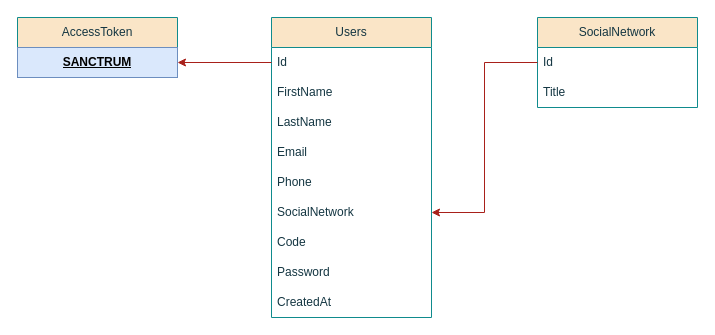
This is page "Схема базы данных" (1 of 4) of Documentation/Diagram work to application.drawio from Remote-Siberian-Hammer/BET_ASSISTANT, a draw.io file, before an edit. Source tidied: cells renumbered, new cells numbered last; positions are measured from the earlier drawing's top-left corner, leaving out a move shared by most shapes. Both pictures are drawn from the tidied source at 100%, with x=0, y=0 at pixel (17, 17).
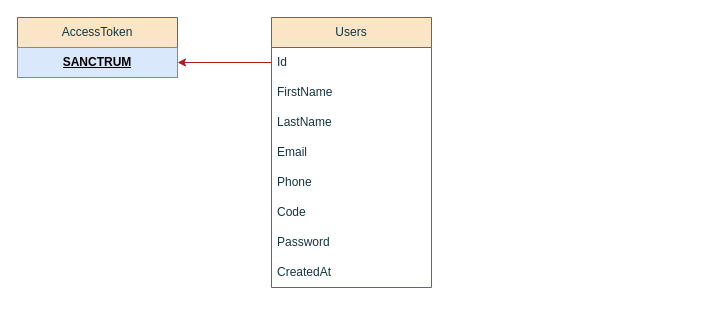
The same diagram, later.

What changed in the source:
```diff
@@
 <mxGraphModel>
   <root>
     <mxCell id="0" />
     <mxCell id="1" parent="0" />
     <mxCell id="2" value="Users" style="swimlane;fontStyle=0;horizontal=1;startSize=30;whiteSpace=wrap;html=1;labelBackgroundColor=none;fillColor=#FAE5C7;strokeColor=#0F8B8D;fontColor=#143642;" parent="1" vertex="1">
-      <mxGeometry x="254" width="160" height="300" as="geometry" />
+      <mxGeometry x="254" width="160" height="270" as="geometry" />
     </mxCell>
     <mxCell id="3" value="Id" style="text;strokeColor=none;fillColor=none;align=left;verticalAlign=middle;spacingLeft=4;spacingRight=4;overflow=hidden;points=[[0,0.5],[1,0.5]];portConstraint=eastwest;whiteSpace=wrap;html=1;labelBackgroundColor=none;fontColor=#143642;" parent="2" vertex="1">
       <mxGeometry y="30" width="160" height="30" as="geometry" />
     </mxCell>
     <mxCell id="4" value="FirstName" style="text;strokeColor=none;fillColor=none;align=left;verticalAlign=middle;spacingLeft=4;spacingRight=4;overflow=hidden;whiteSpace=wrap;html=1;labelBackgroundColor=none;fontColor=#143642;" parent="2" vertex="1">
       <mxGeometry y="60" width="160" height="30" as="geometry" />
     </mxCell>
     <mxCell id="5" value="LastName" style="text;strokeColor=none;fillColor=none;align=left;verticalAlign=middle;spacingLeft=4;spacingRight=4;overflow=hidden;whiteSpace=wrap;html=1;labelBackgroundColor=none;fontColor=#143642;" parent="2" vertex="1">
       <mxGeometry y="90" width="160" height="30" as="geometry" />
     </mxCell>
     <mxCell id="6" value="Email" style="text;strokeColor=none;fillColor=none;align=left;verticalAlign=middle;spacingLeft=4;spacingRight=4;overflow=hidden;whiteSpace=wrap;html=1;labelBackgroundColor=none;fontColor=#143642;" parent="2" vertex="1">
       <mxGeometry y="120" width="160" height="30" as="geometry" />
     </mxCell>
     <mxCell id="7" value="Phone" style="text;strokeColor=none;fillColor=none;align=left;verticalAlign=middle;spacingLeft=4;spacingRight=4;overflow=hidden;whiteSpace=wrap;html=1;labelBackgroundColor=none;fontColor=#143642;" parent="2" vertex="1">
       <mxGeometry y="150" width="160" height="30" as="geometry" />
     </mxCell>
-    <mxCell id="8" value="SocialNetwork" style="text;strokeColor=none;fillColor=none;align=left;verticalAlign=middle;spacingLeft=4;spacingRight=4;overflow=hidden;points=[[0,0.5],[1,0.5]];portConstraint=eastwest;whiteSpace=wrap;html=1;labelBackgroundColor=none;fontColor=#143642;" parent="2" vertex="1">
-      <mxGeometry y="180" width="160" height="30" as="geometry" />
-    </mxCell>
     <mxCell id="9" value="Code" style="text;strokeColor=none;fillColor=none;align=left;verticalAlign=middle;spacingLeft=4;spacingRight=4;overflow=hidden;whiteSpace=wrap;html=1;labelBackgroundColor=none;fontColor=#143642;" parent="2" vertex="1">
-      <mxGeometry y="210" width="160" height="30" as="geometry" />
+      <mxGeometry y="180" width="160" height="30" as="geometry" />
     </mxCell>
     <mxCell id="10" value="Password" style="text;strokeColor=none;fillColor=none;align=left;verticalAlign=middle;spacingLeft=4;spacingRight=4;overflow=hidden;whiteSpace=wrap;html=1;labelBackgroundColor=none;fontColor=#143642;" parent="2" vertex="1">
-      <mxGeometry y="240" width="160" height="30" as="geometry" />
+      <mxGeometry y="210" width="160" height="30" as="geometry" />
     </mxCell>
     <mxCell id="11" value="CreatedAt" style="text;strokeColor=none;fillColor=none;align=left;verticalAlign=middle;spacingLeft=4;spacingRight=4;overflow=hidden;whiteSpace=wrap;html=1;labelBackgroundColor=none;fontColor=#143642;" parent="2" vertex="1">
-      <mxGeometry y="270" width="160" height="30" as="geometry" />
+      <mxGeometry y="240" width="160" height="30" as="geometry" />
     </mxCell>
     <mxCell id="12" value="AccessToken" style="swimlane;fontStyle=0;horizontal=1;startSize=30;whiteSpace=wrap;html=1;labelBackgroundColor=none;fillColor=#FAE5C7;strokeColor=#0F8B8D;fontColor=#143642;" parent="1" vertex="1">
       <mxGeometry width="160" height="60" as="geometry" />
     </mxCell>
     <mxCell id="13" value="&lt;b&gt;&lt;u&gt;SANCTRUM&lt;/u&gt;&lt;/b&gt;" style="text;strokeColor=#6c8ebf;fillColor=#dae8fc;align=center;verticalAlign=middle;spacingLeft=4;spacingRight=4;overflow=hidden;whiteSpace=wrap;html=1;labelBackgroundColor=none;" parent="12" vertex="1">
       <mxGeometry y="30" width="160" height="30" as="geometry" />
     </mxCell>
     <mxCell id="14" style="edgeStyle=orthogonalEdgeStyle;rounded=0;jettySize=auto;html=1;exitX=0;exitY=0.5;exitDx=0;exitDy=0;entryX=1;entryY=0.75;entryDx=0;entryDy=0;strokeColor=#A8201A;fontColor=#143642;fillColor=#FAE5C7;" parent="1" edge="1" source="3" target="12">
       <mxGeometry relative="1" as="geometry" />
     </mxCell>
-    <mxCell id="15" value="SocialNetwork" style="swimlane;fontStyle=0;horizontal=1;startSize=30;whiteSpace=wrap;html=1;labelBackgroundColor=none;fillColor=#FAE5C7;strokeColor=#0F8B8D;fontColor=#143642;" parent="1" vertex="1">
-      <mxGeometry x="520" width="160" height="90" as="geometry" />
-    </mxCell>
-    <mxCell id="16" value="Id" style="text;strokeColor=none;fillColor=none;align=left;verticalAlign=middle;spacingLeft=4;spacingRight=4;overflow=hidden;points=[[0,0.5],[1,0.5]];portConstraint=eastwest;whiteSpace=wrap;html=1;labelBackgroundColor=none;fontColor=#143642;" parent="15" vertex="1">
-      <mxGeometry y="30" width="160" height="30" as="geometry" />
-    </mxCell>
-    <mxCell id="17" value="Title" style="text;strokeColor=none;fillColor=none;align=left;verticalAlign=middle;spacingLeft=4;spacingRight=4;overflow=hidden;whiteSpace=wrap;html=1;labelBackgroundColor=none;fontColor=#143642;" parent="15" vertex="1">
-      <mxGeometry y="60" width="160" height="30" as="geometry" />
-    </mxCell>
-    <mxCell id="18" style="edgeStyle=orthogonalEdgeStyle;rounded=0;jettySize=auto;html=1;exitX=0;exitY=0.5;exitDx=0;exitDy=0;entryX=1;entryY=0.5;entryDx=0;entryDy=0;strokeColor=#A8201A;fontColor=#143642;fillColor=#FAE5C7;" parent="1" edge="1" source="16" target="8">
-      <mxGeometry relative="1" as="geometry" />
-    </mxCell>
   </root>
 </mxGraphModel>
```
